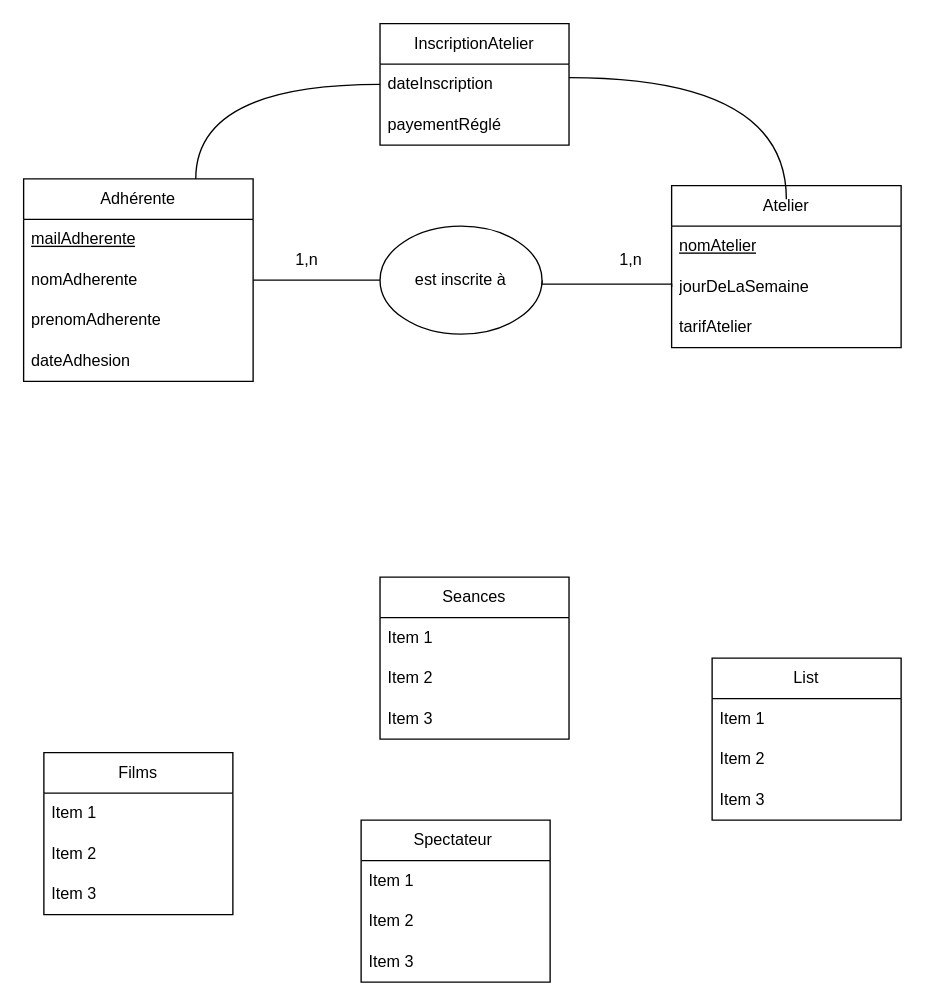
The draw.io diagram association_de_quartier.drawio in gdiaby2403/repo1, before the edit. Source tidied: cells renumbered, new cells numbered last; positions are measured from the earlier drawing's top-left corner, leaving out a move shared by most shapes. Both pictures are drawn from the tidied source at 135%, with x=0, y=0 at pixel (23, 23).
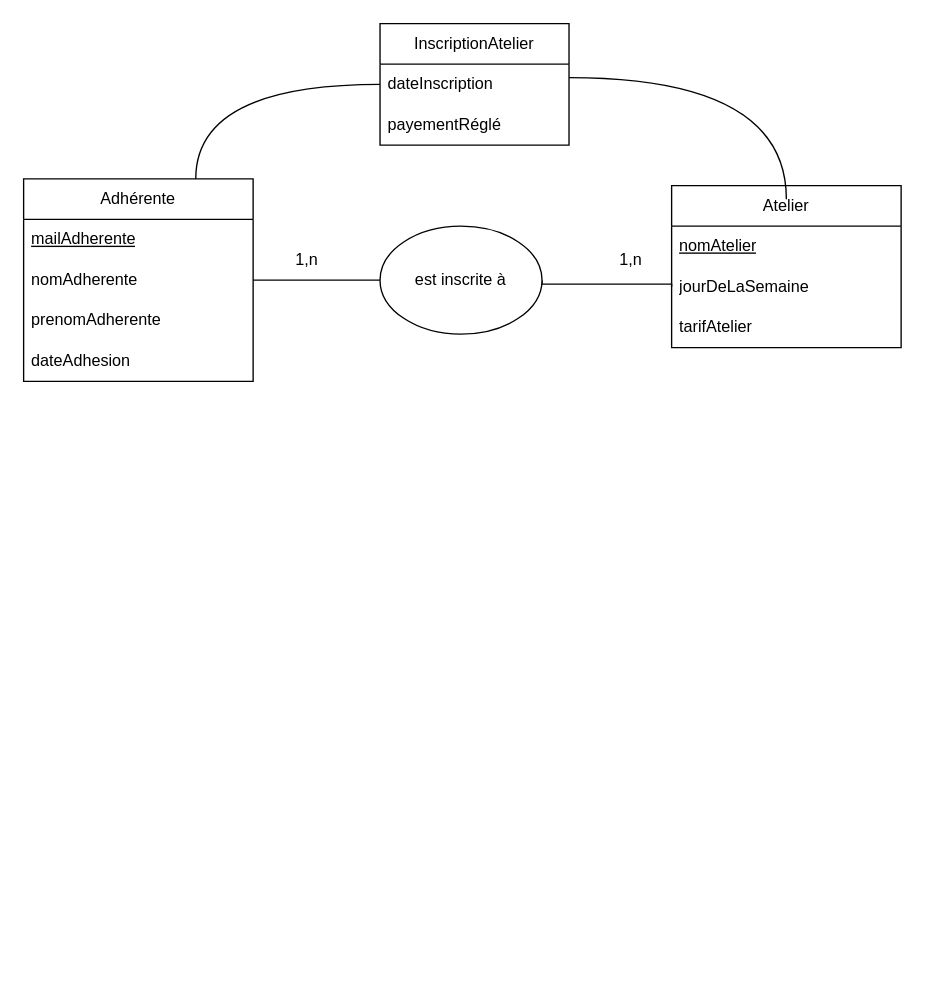
The same page after the edit.

Commit message:
Mettre à jour association_de_quartier.drawio

Diff of the diagram source:
```diff
@@
-    <mxCell id="21" value="Films" style="swimlane;fontStyle=0;horizontal=1;startSize=30;whiteSpace=wrap;html=1;" parent="1" vertex="1">
-      <mxGeometry x="15" y="540" width="140" height="120" as="geometry" />
-    </mxCell>
-    <mxCell id="22" value="Item 1" style="text;strokeColor=none;fillColor=none;align=left;verticalAlign=middle;spacingLeft=4;spacingRight=4;overflow=hidden;whiteSpace=wrap;html=1;" parent="21" vertex="1">
-      <mxGeometry y="30" width="140" height="30" as="geometry" />
-    </mxCell>
-    <mxCell id="23" value="Item 2" style="text;strokeColor=none;fillColor=none;align=left;verticalAlign=middle;spacingLeft=4;spacingRight=4;overflow=hidden;whiteSpace=wrap;html=1;" parent="21" vertex="1">
-      <mxGeometry y="60" width="140" height="30" as="geometry" />
-    </mxCell>
-    <mxCell id="24" value="Item 3" style="text;strokeColor=none;fillColor=none;align=left;verticalAlign=middle;spacingLeft=4;spacingRight=4;overflow=hidden;whiteSpace=wrap;html=1;" parent="21" vertex="1">
-      <mxGeometry y="90" width="140" height="30" as="geometry" />
-    </mxCell>
-    <mxCell id="25" value="Spectateur&amp;nbsp;" style="swimlane;fontStyle=0;horizontal=1;startSize=30;whiteSpace=wrap;html=1;" parent="1" vertex="1">
-      <mxGeometry x="250" y="590" width="140" height="120" as="geometry" />
-    </mxCell>
-    <mxCell id="26" value="Item 1" style="text;strokeColor=none;fillColor=none;align=left;verticalAlign=middle;spacingLeft=4;spacingRight=4;overflow=hidden;whiteSpace=wrap;html=1;" parent="25" vertex="1">
-      <mxGeometry y="30" width="140" height="30" as="geometry" />
-    </mxCell>
-    <mxCell id="27" value="Item 2" style="text;strokeColor=none;fillColor=none;align=left;verticalAlign=middle;spacingLeft=4;spacingRight=4;overflow=hidden;whiteSpace=wrap;html=1;" parent="25" vertex="1">
-      <mxGeometry y="60" width="140" height="30" as="geometry" />
-    </mxCell>
-    <mxCell id="28" value="Item 3" style="text;strokeColor=none;fillColor=none;align=left;verticalAlign=middle;spacingLeft=4;spacingRight=4;overflow=hidden;whiteSpace=wrap;html=1;" parent="25" vertex="1">
-      <mxGeometry y="90" width="140" height="30" as="geometry" />
-    </mxCell>
-    <mxCell id="29" value="List" style="swimlane;fontStyle=0;horizontal=1;startSize=30;whiteSpace=wrap;html=1;" parent="1" vertex="1">
-      <mxGeometry x="510" y="470" width="140" height="120" as="geometry" />
-    </mxCell>
-    <mxCell id="30" value="Item 1" style="text;strokeColor=none;fillColor=none;align=left;verticalAlign=middle;spacingLeft=4;spacingRight=4;overflow=hidden;whiteSpace=wrap;html=1;" parent="29" vertex="1">
-      <mxGeometry y="30" width="140" height="30" as="geometry" />
-    </mxCell>
-    <mxCell id="31" value="Item 2" style="text;strokeColor=none;fillColor=none;align=left;verticalAlign=middle;spacingLeft=4;spacingRight=4;overflow=hidden;whiteSpace=wrap;html=1;" parent="29" vertex="1">
-      <mxGeometry y="60" width="140" height="30" as="geometry" />
-    </mxCell>
-    <mxCell id="32" value="Item 3" style="text;strokeColor=none;fillColor=none;align=left;verticalAlign=middle;spacingLeft=4;spacingRight=4;overflow=hidden;whiteSpace=wrap;html=1;" parent="29" vertex="1">
-      <mxGeometry y="90" width="140" height="30" as="geometry" />
-    </mxCell>
-    <mxCell id="33" value="Seances" style="swimlane;fontStyle=0;horizontal=1;startSize=30;whiteSpace=wrap;html=1;" parent="1" vertex="1">
-      <mxGeometry x="264" y="410" width="140" height="120" as="geometry" />
-    </mxCell>
-    <mxCell id="34" value="Item 1" style="text;strokeColor=none;fillColor=none;align=left;verticalAlign=middle;spacingLeft=4;spacingRight=4;overflow=hidden;whiteSpace=wrap;html=1;" parent="33" vertex="1">
-      <mxGeometry y="30" width="140" height="30" as="geometry" />
-    </mxCell>
-    <mxCell id="35" value="Item 2" style="text;strokeColor=none;fillColor=none;align=left;verticalAlign=middle;spacingLeft=4;spacingRight=4;overflow=hidden;whiteSpace=wrap;html=1;" parent="33" vertex="1">
-      <mxGeometry y="60" width="140" height="30" as="geometry" />
-    </mxCell>
-    <mxCell id="36" value="Item 3" style="text;strokeColor=none;fillColor=none;align=left;verticalAlign=middle;spacingLeft=4;spacingRight=4;overflow=hidden;whiteSpace=wrap;html=1;" parent="33" vertex="1">
-      <mxGeometry y="90" width="140" height="30" as="geometry" />
-    </mxCell>
```
